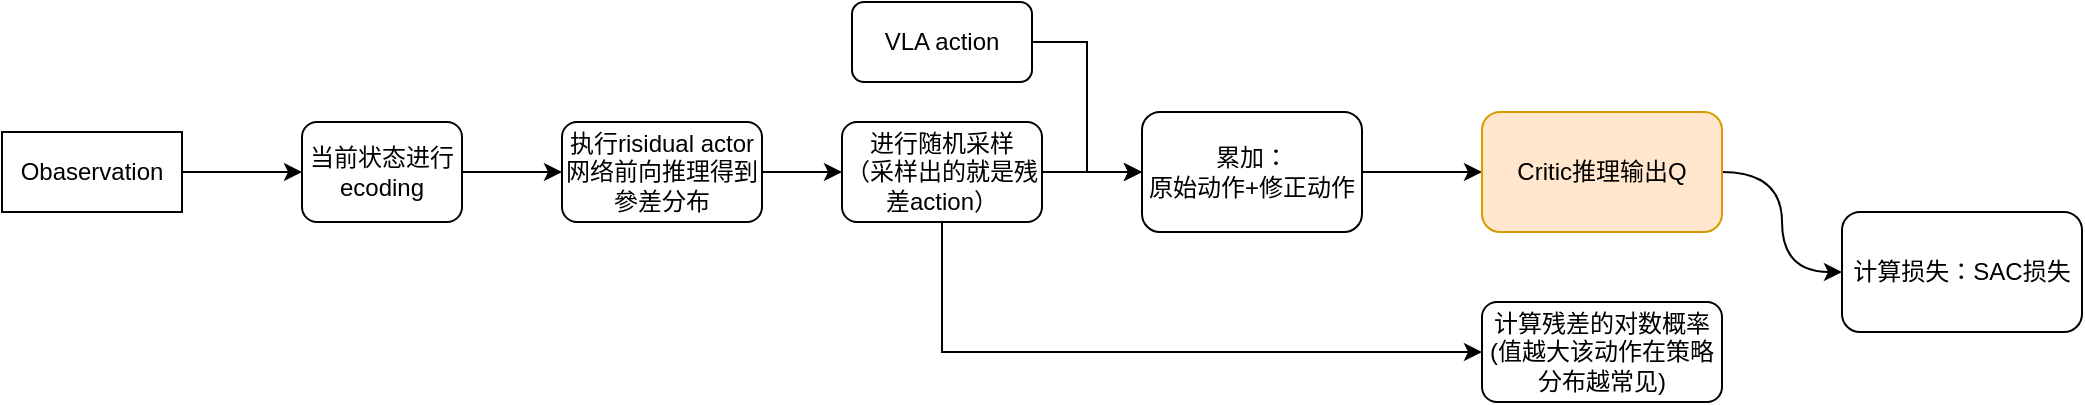
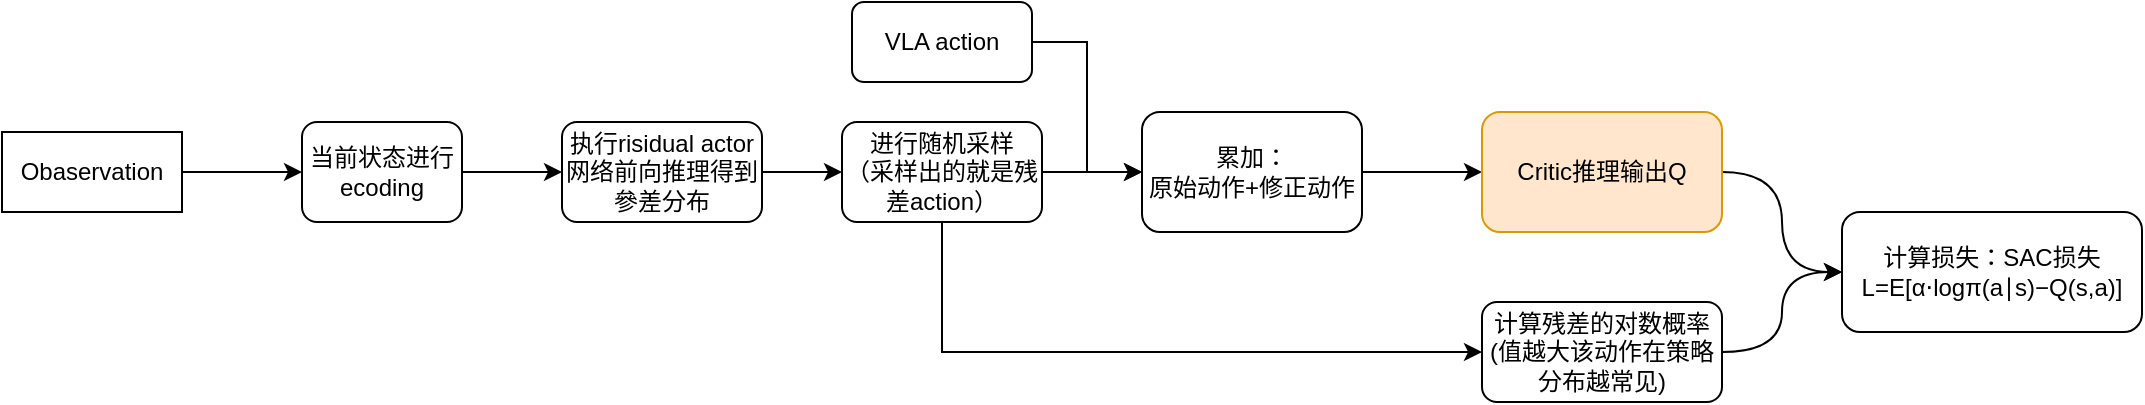
<mxfile host="app.diagrams.net">
  <diagram name="第 1 页" id="Xl2nalXjscSPXPMrPieM">
    <mxGraphModel dx="1223" dy="1125" grid="1" gridSize="10" guides="1" tooltips="1" connect="1" arrows="1" fold="1" page="1" pageScale="1" pageWidth="827" pageHeight="1169" math="0" shadow="0">
      <root>
        <mxCell id="0" />
        <mxCell id="1" parent="0" />
        <mxCell id="5m5IZYSdE89hOnIhnB_D-3" edge="1" parent="1" source="5m5IZYSdE89hOnIhnB_D-1" style="edgeStyle=orthogonalEdgeStyle;rounded=0;orthogonalLoop=1;jettySize=auto;html=1;" target="5m5IZYSdE89hOnIhnB_D-2" value="">
          <mxGeometry relative="1" as="geometry" />
        </mxCell>
        <mxCell id="5m5IZYSdE89hOnIhnB_D-1" parent="1" style="rounded=1;whiteSpace=wrap;html=1;" value="当前状态进行ecoding" vertex="1">
          <mxGeometry height="50" width="80" x="110" y="300" as="geometry" />
        </mxCell>
        <mxCell id="5m5IZYSdE89hOnIhnB_D-5" edge="1" parent="1" source="5m5IZYSdE89hOnIhnB_D-2" style="edgeStyle=orthogonalEdgeStyle;rounded=0;orthogonalLoop=1;jettySize=auto;html=1;" target="5m5IZYSdE89hOnIhnB_D-4" value="">
          <mxGeometry relative="1" as="geometry" />
        </mxCell>
        <mxCell id="5m5IZYSdE89hOnIhnB_D-2" parent="1" style="rounded=1;whiteSpace=wrap;html=1;" value="执行risidual actor网络前向推理得到參差分布" vertex="1">
          <mxGeometry height="50" width="100" x="240" y="300" as="geometry" />
        </mxCell>
        <mxCell id="5m5IZYSdE89hOnIhnB_D-7" edge="1" parent="1" source="5m5IZYSdE89hOnIhnB_D-4" style="edgeStyle=orthogonalEdgeStyle;rounded=0;orthogonalLoop=1;jettySize=auto;html=1;exitX=0.5;exitY=1;exitDx=0;exitDy=0;entryX=0;entryY=0.5;entryDx=0;entryDy=0;" target="5m5IZYSdE89hOnIhnB_D-6" value="">
          <mxGeometry relative="1" as="geometry" />
        </mxCell>
        <mxCell id="5m5IZYSdE89hOnIhnB_D-14" edge="1" parent="1" source="5m5IZYSdE89hOnIhnB_D-4" style="edgeStyle=orthogonalEdgeStyle;rounded=0;orthogonalLoop=1;jettySize=auto;html=1;exitX=1;exitY=0.5;exitDx=0;exitDy=0;entryX=0;entryY=0.5;entryDx=0;entryDy=0;" target="5m5IZYSdE89hOnIhnB_D-12">
          <mxGeometry relative="1" as="geometry" />
        </mxCell>
        <mxCell id="5m5IZYSdE89hOnIhnB_D-4" parent="1" style="rounded=1;whiteSpace=wrap;html=1;" value="进行随机采样&lt;br&gt;（采样出的就是残差action）" vertex="1">
          <mxGeometry height="50" width="100" x="380" y="300" as="geometry" />
+         </mxCell>
+         <mxCell id="5m5IZYSdE89hOnIhnB_D-19" edge="1" parent="1" source="5m5IZYSdE89hOnIhnB_D-6" style="edgeStyle=orthogonalEdgeStyle;rounded=0;orthogonalLoop=1;jettySize=auto;html=1;exitX=1;exitY=0.5;exitDx=0;exitDy=0;entryX=0;entryY=0.5;entryDx=0;entryDy=0;curved=1;" target="5m5IZYSdE89hOnIhnB_D-17">
+           <mxGeometry relative="1" as="geometry" />
        </mxCell>
        <mxCell id="5m5IZYSdE89hOnIhnB_D-6" parent="1" style="rounded=1;whiteSpace=wrap;html=1;" value="计算残差的对数概率&lt;br&gt;(值越大该动作在策略分布越常见)" vertex="1">
          <mxGeometry height="50" width="120" x="700" y="390" as="geometry" />
        </mxCell>
        <mxCell id="5m5IZYSdE89hOnIhnB_D-9" edge="1" parent="1" source="5m5IZYSdE89hOnIhnB_D-8" style="edgeStyle=orthogonalEdgeStyle;rounded=0;orthogonalLoop=1;jettySize=auto;html=1;exitX=1;exitY=0.5;exitDx=0;exitDy=0;entryX=0;entryY=0.5;entryDx=0;entryDy=0;" target="5m5IZYSdE89hOnIhnB_D-1">
          <mxGeometry relative="1" as="geometry" />
        </mxCell>
        <mxCell id="5m5IZYSdE89hOnIhnB_D-8" parent="1" style="rounded=0;whiteSpace=wrap;html=1;" value="Obaservation" vertex="1">
          <mxGeometry height="40" width="90" x="-40" y="305" as="geometry" />
        </mxCell>
        <mxCell id="5m5IZYSdE89hOnIhnB_D-13" edge="1" parent="1" source="5m5IZYSdE89hOnIhnB_D-10" style="edgeStyle=orthogonalEdgeStyle;rounded=0;orthogonalLoop=1;jettySize=auto;html=1;exitX=1;exitY=0.5;exitDx=0;exitDy=0;entryX=0;entryY=0.5;entryDx=0;entryDy=0;" target="5m5IZYSdE89hOnIhnB_D-12">
          <mxGeometry relative="1" as="geometry" />
        </mxCell>
        <mxCell id="5m5IZYSdE89hOnIhnB_D-10" parent="1" style="rounded=1;whiteSpace=wrap;html=1;" value="VLA action" vertex="1">
          <mxGeometry height="40" width="90" x="385" y="240" as="geometry" />
        </mxCell>
        <mxCell id="5m5IZYSdE89hOnIhnB_D-16" edge="1" parent="1" source="5m5IZYSdE89hOnIhnB_D-12" style="edgeStyle=orthogonalEdgeStyle;rounded=0;orthogonalLoop=1;jettySize=auto;html=1;exitX=1;exitY=0.5;exitDx=0;exitDy=0;entryX=0;entryY=0.5;entryDx=0;entryDy=0;" target="5m5IZYSdE89hOnIhnB_D-15">
          <mxGeometry relative="1" as="geometry" />
        </mxCell>
        <mxCell id="5m5IZYSdE89hOnIhnB_D-12" parent="1" style="rounded=1;whiteSpace=wrap;html=1;" value="累加：&lt;br&gt;原始动作+修正动作" vertex="1">
          <mxGeometry height="60" width="110" x="530" y="295" as="geometry" />
        </mxCell>
        <mxCell id="5m5IZYSdE89hOnIhnB_D-18" edge="1" parent="1" source="5m5IZYSdE89hOnIhnB_D-15" style="edgeStyle=orthogonalEdgeStyle;rounded=0;orthogonalLoop=1;jettySize=auto;html=1;exitX=1;exitY=0.5;exitDx=0;exitDy=0;entryX=0;entryY=0.5;entryDx=0;entryDy=0;curved=1;" target="5m5IZYSdE89hOnIhnB_D-17">
          <mxGeometry relative="1" as="geometry" />
        </mxCell>
        <mxCell id="5m5IZYSdE89hOnIhnB_D-15" parent="1" style="rounded=1;whiteSpace=wrap;html=1;fillColor=#ffe6cc;strokeColor=#d79b00;" value="Critic推理输出Q" vertex="1">
          <mxGeometry height="60" width="120" x="700" y="295" as="geometry" />
        </mxCell>
-         <mxCell id="5m5IZYSdE89hOnIhnB_D-17" parent="1" style="rounded=1;whiteSpace=wrap;html=1;" value="计算损失：SAC损失" vertex="1">
-           <mxGeometry height="60" width="120" x="880" y="345" as="geometry" />
+         <mxCell id="5m5IZYSdE89hOnIhnB_D-17" parent="1" style="rounded=1;whiteSpace=wrap;html=1;" value="计算损失：SAC损失&lt;br&gt;L=E[α⋅logπ(a∣s)−Q(s,a)]" vertex="1">
+           <mxGeometry height="60" width="150" x="880" y="345" as="geometry" />
        </mxCell>
      </root>
    </mxGraphModel>
  </diagram>
</mxfile>
